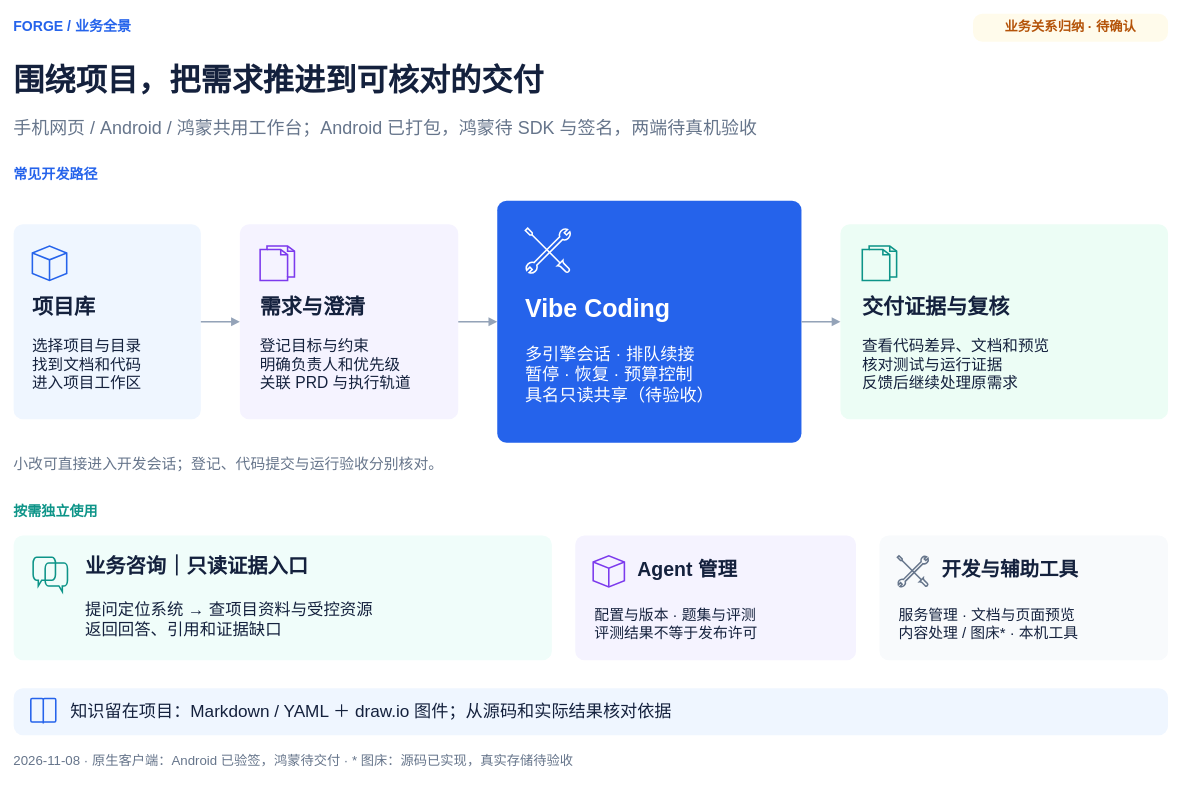
Earlier version of the draw.io diagram docs/diagrams/Forge业务全景图.drawio (exception-coder/kai-toolbox). Source tidied: cells renumbered, new cells numbered last; positions are measured from the earlier drawing's top-left corner, leaving out a move shared by most shapes. Both pictures are drawn from the tidied source at 78%, with x=0, y=0 at pixel (13, 13).
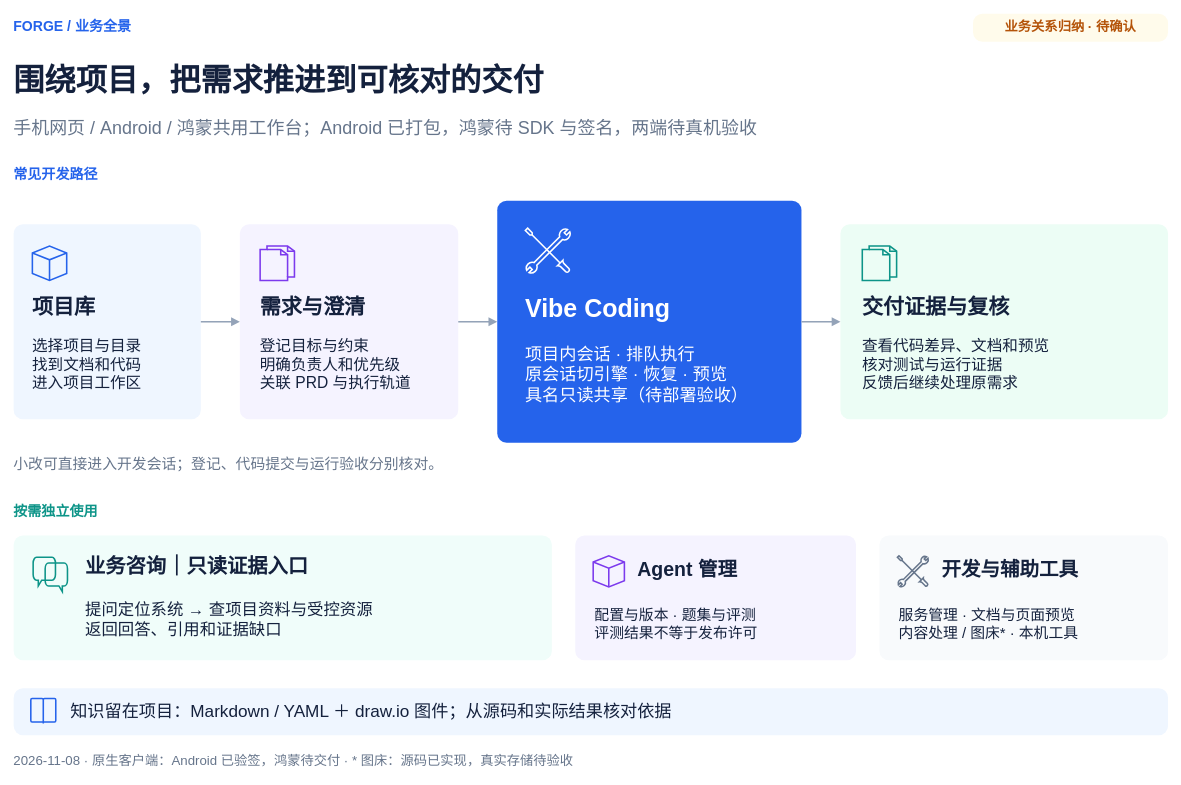
Above is the later version.

Unchanged cells that the change refers to:
```xml
<mxCell id="18" style="group;" parent="1" vertex="1">
  <mxGeometry x="620" y="240" width="390" height="310" as="geometry" />
</mxCell>
```

Diff of the diagram source:
```diff
@@
-    <mxCell id="22" value="多引擎会话 · 排队续接&#10;暂停 · 恢复 · 预算控制&#10;具名只读共享（待验收）" style="fontFamily=Microsoft YaHei,Arial;html=0;text;strokeColor=none;fillColor=none;align=left;verticalAlign=middle;fontSize=22;fontColor=#FFFFFF;fontStyle=0;whiteSpace=wrap;spacing=0;" parent="18" vertex="1">
+    <mxCell id="22" value="项目内会话 · 排队执行&#10;原会话切引擎 · 恢复 · 预览&#10;具名只读共享（待部署验收）" style="fontFamily=Microsoft YaHei,Arial;html=0;text;strokeColor=none;fillColor=none;align=left;verticalAlign=middle;fontSize=22;fontColor=#FFFFFF;fontStyle=0;whiteSpace=wrap;spacing=0;" parent="18" vertex="1">
       <mxGeometry x="36" y="174" width="320" height="98" as="geometry" />
     </mxCell>
```
